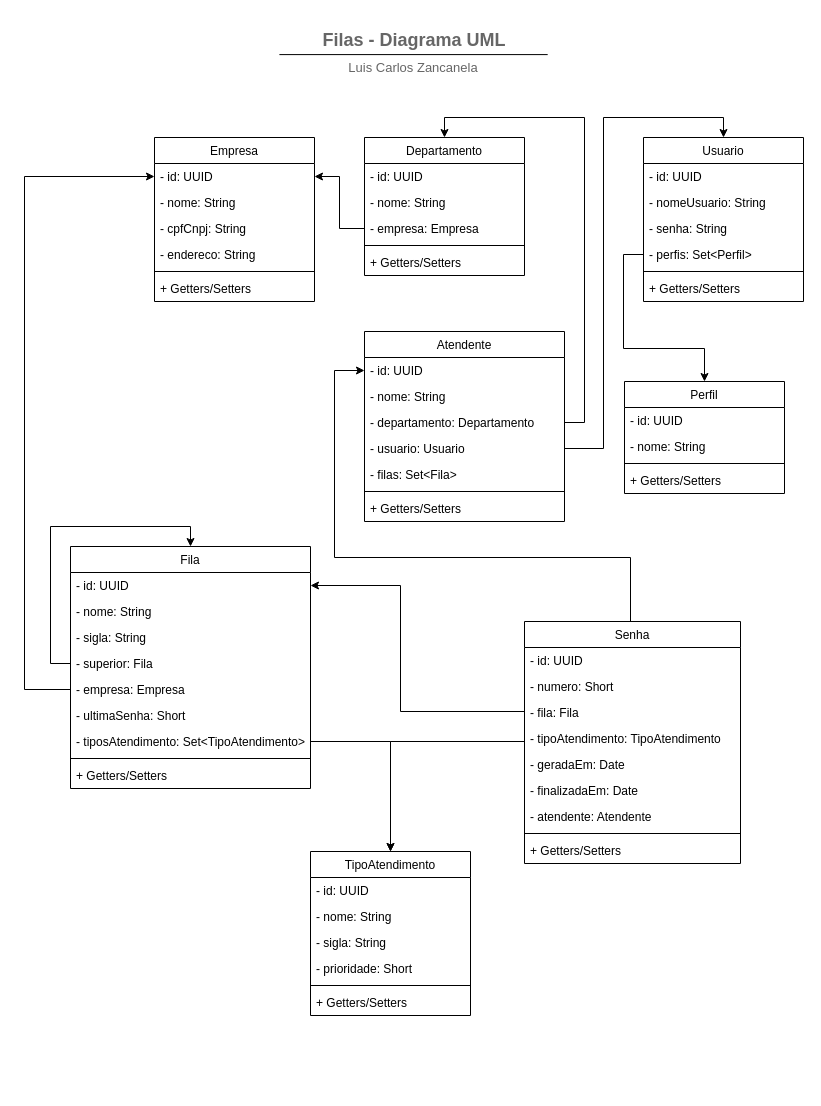
didifive/queue-service-api keeps this draw.io diagram as docs/uml-diagram.drawio. Above is the earlier version. Source tidied: cells renumbered, new cells numbered last; positions are measured from the earlier drawing's top-left corner, leaving out a move shared by most shapes. Both pictures are drawn from the tidied source at 100%, with x=0, y=0 at pixel (24, 17).
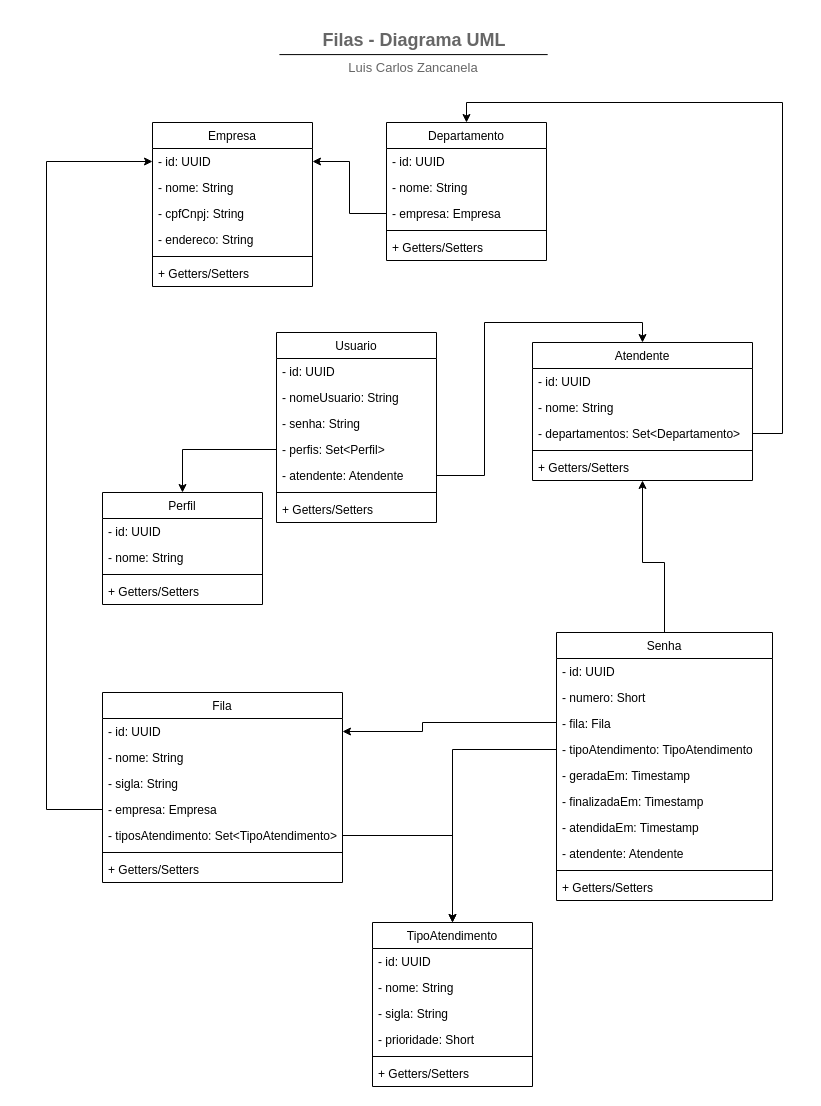
The same diagram, later.

The change refers to these unchanged cells:
```xml
<mxCell id="3" value="- id: UUID" style="text;align=left;verticalAlign=top;spacingLeft=4;spacingRight=4;overflow=hidden;points=[[0,0.5],[1,0.5]];portConstraint=eastwest;" parent="2" vertex="1">
  <mxGeometry y="26" width="160" height="26" as="geometry" />
</mxCell>
<mxCell id="11" value="- id: UUID" style="text;align=left;verticalAlign=top;spacingLeft=4;spacingRight=4;overflow=hidden;points=[[0,0.5],[1,0.5]];portConstraint=eastwest;" parent="10" vertex="1">
  <mxGeometry y="26" width="240" height="26" as="geometry" />
</mxCell>
<mxCell id="25" value="- fila: Fila" style="text;align=left;verticalAlign=top;spacingLeft=4;spacingRight=4;overflow=hidden;points=[[0,0.5],[1,0.5]];portConstraint=eastwest;" parent="22" vertex="1">
  <mxGeometry y="78" width="216" height="26" as="geometry" />
</mxCell>
<mxCell id="26" value="- tipoAtendimento: TipoAtendimento" style="text;align=left;verticalAlign=top;spacingLeft=4;spacingRight=4;overflow=hidden;points=[[0,0.5],[1,0.5]];portConstraint=eastwest;" parent="22" vertex="1">
  <mxGeometry y="104" width="216" height="26" as="geometry" />
</mxCell>
<mxCell id="47" value="- perfis: Set&lt;Perfil&gt;" style="text;align=left;verticalAlign=top;spacingLeft=4;spacingRight=4;overflow=hidden;points=[[0,0.5],[1,0.5]];portConstraint=eastwest;rounded=0;shadow=0;html=0;" parent="43" vertex="1">
  <mxGeometry y="104" width="160" height="26" as="geometry" />
</mxCell>
```

What changed in the source:
```diff
@@
     <mxCell id="2" value="Empresa" style="swimlane;fontStyle=0;align=center;verticalAlign=top;horizontal=1;startSize=26;rounded=0;shadow=0;strokeWidth=1;" parent="1" vertex="1">
-      <mxGeometry x="130" y="120" width="160" height="164" as="geometry" />
+      <mxGeometry x="128" y="105" width="160" height="164" as="geometry" />
     </mxCell>
@@
     <mxCell id="9" style="edgeStyle=orthogonalEdgeStyle;rounded=0;jettySize=auto;html=1;entryX=0;entryY=0.5;entryDx=0;entryDy=0;exitX=0;exitY=0.5;exitDx=0;exitDy=0;" parent="1" edge="1" source="16" target="3">
       <mxGeometry relative="1" as="geometry">
         <Array as="points">
-          <mxPoint y="672" />
-          <mxPoint y="159" />
+          <mxPoint x="22" y="792" />
+          <mxPoint x="22" y="144" />
         </Array>
       </mxGeometry>
     </mxCell>
     <mxCell id="10" value="Fila" style="swimlane;fontStyle=0;align=center;verticalAlign=top;horizontal=1;startSize=26;rounded=0;shadow=0;strokeWidth=1;" parent="1" vertex="1">
-      <mxGeometry x="46" y="529" width="240" height="242" as="geometry" />
+      <mxGeometry x="78" y="675" width="240" height="190" as="geometry" />
     </mxCell>
@@
-    <mxCell id="14" style="edgeStyle=orthogonalEdgeStyle;rounded=0;jettySize=auto;html=1;entryX=0.5;entryY=0;entryDx=0;entryDy=0;" parent="10" edge="1" source="15" target="10">
-      <mxGeometry relative="1" as="geometry">
-        <Array as="points">
-          <mxPoint x="-20" y="117" />
-          <mxPoint x="-20" y="-20" />
-          <mxPoint x="120" y="-20" />
-        </Array>
-      </mxGeometry>
-    </mxCell>
-    <mxCell id="15" value="- superior: Fila" style="text;align=left;verticalAlign=top;spacingLeft=4;spacingRight=4;overflow=hidden;points=[[0,0.5],[1,0.5]];portConstraint=eastwest;rounded=0;shadow=0;html=0;" parent="10" vertex="1">
-      <mxGeometry y="104" width="240" height="26" as="geometry" />
-    </mxCell>
     <mxCell id="16" value="- empresa: Empresa" style="text;align=left;verticalAlign=top;spacingLeft=4;spacingRight=4;overflow=hidden;points=[[0,0.5],[1,0.5]];portConstraint=eastwest;rounded=0;shadow=0;html=0;" parent="10" vertex="1">
-      <mxGeometry y="130" width="240" height="26" as="geometry" />
+      <mxGeometry y="104" width="240" height="26" as="geometry" />
     </mxCell>
-    <mxCell id="17" value="- ultimaSenha: Short" style="text;align=left;verticalAlign=top;spacingLeft=4;spacingRight=4;overflow=hidden;rounded=0;shadow=0;html=0;" parent="10" vertex="1">
-      <mxGeometry y="156" width="240" height="26" as="geometry" />
-    </mxCell>
     <mxCell id="18" value="- tiposAtendimento: Set&lt;TipoAtendimento&gt;" style="text;align=left;verticalAlign=top;spacingLeft=4;spacingRight=4;overflow=hidden;points=[[0,0.5],[1,0.5]];portConstraint=eastwest;rounded=0;shadow=0;html=0;" parent="10" vertex="1">
-      <mxGeometry y="182" width="240" height="26" as="geometry" />
+      <mxGeometry y="130" width="240" height="26" as="geometry" />
     </mxCell>
     <mxCell id="19" style="line;html=1;strokeWidth=1;align=left;verticalAlign=middle;spacingTop=-1;spacingLeft=3;spacingRight=3;labelPosition=right;" parent="10" vertex="1">
-      <mxGeometry y="208" width="240" height="8" as="geometry" />
+      <mxGeometry y="156" width="240" height="8" as="geometry" />
     </mxCell>
     <mxCell id="20" value="+ Getters/Setters" style="text;align=left;verticalAlign=top;spacingLeft=4;spacingRight=4;overflow=hidden;rounded=0;shadow=0;html=0;" parent="10" vertex="1">
-      <mxGeometry y="216" width="240" height="26" as="geometry" />
+      <mxGeometry y="164" width="240" height="26" as="geometry" />
     </mxCell>
-    <mxCell id="21" style="edgeStyle=orthogonalEdgeStyle;rounded=0;jettySize=auto;html=1;entryX=0;entryY=0.5;entryDx=0;entryDy=0;exitX=0.5;exitY=0;exitDx=0;exitDy=0;" parent="1" edge="1" source="22" target="35">
+    <mxCell id="21" style="edgeStyle=orthogonalEdgeStyle;rounded=0;jettySize=auto;html=1;entryX=0.5;entryY=1;entryDx=0;entryDy=0;exitX=0.5;exitY=0;exitDx=0;exitDy=0;" parent="1" edge="1" source="22" target="34">
       <mxGeometry relative="1" as="geometry">
         <Array as="points">
-          <mxPoint x="606" y="614" />
-          <mxPoint x="606" y="540" />
-          <mxPoint x="310" y="540" />
-          <mxPoint x="310" y="353" />
+          <mxPoint x="640" y="545" />
+          <mxPoint x="618" y="545" />
         </Array>
       </mxGeometry>
     </mxCell>
     <mxCell id="22" value="Senha" style="swimlane;fontStyle=0;align=center;verticalAlign=top;horizontal=1;startSize=26;rounded=0;shadow=0;strokeWidth=1;" parent="1" vertex="1">
-      <mxGeometry x="500" y="604" width="216" height="242" as="geometry" />
+      <mxGeometry x="532" y="615" width="216" height="268" as="geometry" />
     </mxCell>
@@
-    <mxCell id="27" value="- geradaEm: Date" style="text;align=left;verticalAlign=top;spacingLeft=4;spacingRight=4;overflow=hidden;" parent="22" vertex="1">
+    <mxCell id="27" value="- geradaEm: Timestamp" style="text;align=left;verticalAlign=top;spacingLeft=4;spacingRight=4;overflow=hidden;" parent="22" vertex="1">
       <mxGeometry y="130" width="216" height="26" as="geometry" />
     </mxCell>
-    <mxCell id="28" value="- finalizadaEm: Date" style="text;align=left;verticalAlign=top;spacingLeft=4;spacingRight=4;overflow=hidden;" parent="22" vertex="1">
+    <mxCell id="28" value="- finalizadaEm: Timestamp" style="text;align=left;verticalAlign=top;spacingLeft=4;spacingRight=4;overflow=hidden;" parent="22" vertex="1">
       <mxGeometry y="156" width="216" height="26" as="geometry" />
     </mxCell>
+    <mxCell id="76" value="- atendidaEm: Timestamp" style="text;align=left;verticalAlign=top;spacingLeft=4;spacingRight=4;overflow=hidden;" parent="22" vertex="1">
+      <mxGeometry y="182" width="216" height="26" as="geometry" />
+    </mxCell>
     <mxCell id="29" value="- atendente: Atendente" style="text;align=left;verticalAlign=top;spacingLeft=4;spacingRight=4;overflow=hidden;" parent="22" vertex="1">
-      <mxGeometry y="182" width="216" height="26" as="geometry" />
+      <mxGeometry y="208" width="216" height="26" as="geometry" />
     </mxCell>
     <mxCell id="30" style="line;html=1;strokeWidth=1;align=left;verticalAlign=middle;spacingTop=-1;spacingLeft=3;spacingRight=3;labelPosition=right;" parent="22" vertex="1">
-      <mxGeometry y="208" width="216" height="8" as="geometry" />
+      <mxGeometry y="234" width="216" height="8" as="geometry" />
     </mxCell>
     <mxCell id="31" value="+ Getters/Setters" style="text;align=left;verticalAlign=top;spacingLeft=4;spacingRight=4;overflow=hidden;rounded=0;shadow=0;html=0;" parent="22" vertex="1">
-      <mxGeometry y="216" width="216" height="26" as="geometry" />
+      <mxGeometry y="242" width="216" height="26" as="geometry" />
     </mxCell>
-    <mxCell id="32" style="edgeStyle=orthogonalEdgeStyle;rounded=0;jettySize=auto;html=1;entryX=0.5;entryY=0;entryDx=0;entryDy=0;exitX=1;exitY=0.5;exitDx=0;exitDy=0;" parent="1" edge="1" source="38" target="43">
-      <mxGeometry relative="1" as="geometry">
-        <Array as="points">
-          <mxPoint x="579" y="431" />
-          <mxPoint x="579" y="100" />
-          <mxPoint x="699" y="100" />
-        </Array>
-      </mxGeometry>
-    </mxCell>
-    <mxCell id="33" style="edgeStyle=orthogonalEdgeStyle;rounded=0;jettySize=auto;html=1;entryX=0.5;entryY=0;entryDx=0;entryDy=0;exitX=1;exitY=0.5;exitDx=0;exitDy=0;" parent="1" edge="1" source="37" target="57">
-      <mxGeometry relative="1" as="geometry" />
-    </mxCell>
     <mxCell id="34" value="Atendente" style="swimlane;fontStyle=0;align=center;verticalAlign=top;horizontal=1;startSize=26;rounded=0;shadow=0;strokeWidth=1;" parent="1" vertex="1">
-      <mxGeometry x="340" y="314" width="200" height="190" as="geometry" />
+      <mxGeometry x="508" y="325" width="220" height="138" as="geometry" />
     </mxCell>
     <mxCell id="35" value="- id: UUID" style="text;align=left;verticalAlign=top;spacingLeft=4;spacingRight=4;overflow=hidden;points=[[0,0.5],[1,0.5]];portConstraint=eastwest;" parent="34" vertex="1">
-      <mxGeometry y="26" width="200" height="26" as="geometry" />
+      <mxGeometry y="26" width="220" height="26" as="geometry" />
     </mxCell>
     <mxCell id="36" value="- nome: String" style="text;align=left;verticalAlign=top;spacingLeft=4;spacingRight=4;overflow=hidden;" parent="34" vertex="1">
-      <mxGeometry y="52" width="200" height="26" as="geometry" />
+      <mxGeometry y="52" width="220" height="26" as="geometry" />
     </mxCell>
-    <mxCell id="37" value="- departamento: Departamento" style="text;align=left;verticalAlign=top;spacingLeft=4;spacingRight=4;overflow=hidden;points=[[0,0.5],[1,0.5]];portConstraint=eastwest;rounded=0;shadow=0;html=0;" parent="34" vertex="1">
-      <mxGeometry y="78" width="200" height="26" as="geometry" />
+    <mxCell id="37" value="- departamentos: Set&lt;Departamento&gt;" style="text;align=left;verticalAlign=top;spacingLeft=4;spacingRight=4;overflow=hidden;points=[[0,0.5],[1,0.5]];portConstraint=eastwest;rounded=0;shadow=0;html=0;" parent="34" vertex="1">
+      <mxGeometry y="78" width="220" height="26" as="geometry" />
     </mxCell>
-    <mxCell id="38" value="- usuario: Usuario" style="text;align=left;verticalAlign=top;spacingLeft=4;spacingRight=4;overflow=hidden;points=[[0,0.5],[1,0.5]];portConstraint=eastwest;rounded=0;shadow=0;html=0;" parent="34" vertex="1">
-      <mxGeometry y="104" width="200" height="26" as="geometry" />
-    </mxCell>
-    <mxCell id="39" value="- filas: Set&lt;Fila&gt;" style="text;align=left;verticalAlign=top;spacingLeft=4;spacingRight=4;overflow=hidden;rounded=0;shadow=0;html=0;" parent="34" vertex="1">
-      <mxGeometry y="130" width="200" height="26" as="geometry" />
-    </mxCell>
     <mxCell id="40" style="line;html=1;strokeWidth=1;align=left;verticalAlign=middle;spacingTop=-1;spacingLeft=3;spacingRight=3;labelPosition=right;" parent="34" vertex="1">
-      <mxGeometry y="156" width="200" height="8" as="geometry" />
+      <mxGeometry y="104" width="220" height="8" as="geometry" />
     </mxCell>
     <mxCell id="41" value="+ Getters/Setters" style="text;align=left;verticalAlign=top;spacingLeft=4;spacingRight=4;overflow=hidden;rounded=0;shadow=0;html=0;" parent="34" vertex="1">
-      <mxGeometry y="164" width="200" height="26" as="geometry" />
+      <mxGeometry y="112" width="220" height="26" as="geometry" />
     </mxCell>
-    <mxCell id="42" style="edgeStyle=orthogonalEdgeStyle;rounded=0;jettySize=auto;html=1;entryX=0.5;entryY=0;entryDx=0;entryDy=0;exitX=0;exitY=0.5;exitDx=0;exitDy=0;" parent="1" edge="1" source="47" target="50">
-      <mxGeometry relative="1" as="geometry">
-        <Array as="points">
-          <mxPoint x="599" y="237" />
-          <mxPoint x="599" y="331" />
-          <mxPoint x="680" y="331" />
-        </Array>
-      </mxGeometry>
-    </mxCell>
     <mxCell id="43" value="Usuario" style="swimlane;fontStyle=0;align=center;verticalAlign=top;horizontal=1;startSize=26;rounded=0;shadow=0;strokeWidth=1;" parent="1" vertex="1">
-      <mxGeometry x="619" y="120" width="160" height="164" as="geometry" />
+      <mxGeometry x="252" y="315" width="160" height="190" as="geometry" />
     </mxCell>
@@
+    <mxCell id="77" value="- atendente: Atendente" style="text;align=left;verticalAlign=top;spacingLeft=4;spacingRight=4;overflow=hidden;points=[[0,0.5],[1,0.5]];portConstraint=eastwest;rounded=0;shadow=0;html=0;" parent="43" vertex="1">
+      <mxGeometry y="130" width="160" height="26" as="geometry" />
+    </mxCell>
     <mxCell id="48" style="line;html=1;strokeWidth=1;align=left;verticalAlign=middle;spacingTop=-1;spacingLeft=3;spacingRight=3;labelPosition=right;" parent="43" vertex="1">
-      <mxGeometry y="130" width="160" height="8" as="geometry" />
+      <mxGeometry y="156" width="160" height="8" as="geometry" />
     </mxCell>
     <mxCell id="49" value="+ Getters/Setters" style="text;align=left;verticalAlign=top;spacingLeft=4;spacingRight=4;overflow=hidden;rounded=0;shadow=0;html=0;" parent="43" vertex="1">
-      <mxGeometry y="138" width="160" height="26" as="geometry" />
+      <mxGeometry y="164" width="160" height="26" as="geometry" />
     </mxCell>
     <mxCell id="50" value="Perfil" style="swimlane;fontStyle=0;align=center;verticalAlign=top;horizontal=1;startSize=26;rounded=0;shadow=0;strokeWidth=1;" parent="1" vertex="1">
-      <mxGeometry x="600" y="364" width="160" height="112" as="geometry" />
+      <mxGeometry x="78" y="475" width="160" height="112" as="geometry" />
     </mxCell>
@@
     <mxCell id="55" style="edgeStyle=orthogonalEdgeStyle;rounded=0;jettySize=auto;html=1;entryX=1;entryY=0.5;entryDx=0;entryDy=0;exitX=0;exitY=0.5;exitDx=0;exitDy=0;" parent="1" edge="1" source="25" target="11">
       <mxGeometry relative="1" as="geometry">
         <Array as="points">
-          <mxPoint x="500" y="694" />
-          <mxPoint x="376" y="694" />
-          <mxPoint x="376" y="568" />
+          <mxPoint x="532" y="705" />
+          <mxPoint x="398" y="705" />
+          <mxPoint x="398" y="714" />
         </Array>
       </mxGeometry>
     </mxCell>
@@
     <mxCell id="57" value="Departamento" style="swimlane;fontStyle=0;align=center;verticalAlign=top;horizontal=1;startSize=26;rounded=0;shadow=0;strokeWidth=1;" parent="1" vertex="1">
-      <mxGeometry x="340" y="120" width="160" height="138" as="geometry" />
+      <mxGeometry x="362" y="105" width="160" height="138" as="geometry" />
     </mxCell>
@@
     <mxCell id="67" value="TipoAtendimento" style="swimlane;fontStyle=0;align=center;verticalAlign=top;horizontal=1;startSize=26;rounded=0;shadow=0;strokeWidth=1;" parent="1" vertex="1">
-      <mxGeometry x="286" y="834" width="160" height="164" as="geometry" />
+      <mxGeometry x="348" y="905" width="160" height="164" as="geometry" />
     </mxCell>
@@
+    <mxCell id="42" style="edgeStyle=orthogonalEdgeStyle;rounded=0;jettySize=auto;html=1;startArrow=none;startFill=0;endArrow=classic;endFill=1;" parent="1" edge="1" source="47" target="50">
+      <mxGeometry relative="1" as="geometry" />
+    </mxCell>
+    <mxCell id="33" style="edgeStyle=orthogonalEdgeStyle;rounded=0;jettySize=auto;html=1;entryX=0.5;entryY=0;entryDx=0;entryDy=0;startArrow=none;startFill=0;endArrow=classic;endFill=1;" parent="1" edge="1" source="37" target="57">
+      <mxGeometry relative="1" as="geometry">
+        <Array as="points">
+          <mxPoint x="758" y="416" />
+          <mxPoint x="758" y="85" />
+          <mxPoint x="442" y="85" />
+        </Array>
+      </mxGeometry>
+    </mxCell>
+    <mxCell id="78" style="edgeStyle=orthogonalEdgeStyle;rounded=0;jettySize=auto;html=1;entryX=0.5;entryY=0;entryDx=0;entryDy=0;startArrow=none;startFill=0;endArrow=classic;endFill=1;" parent="1" edge="1" source="77" target="34">
+      <mxGeometry relative="1" as="geometry" />
+    </mxCell>
-    <mxCell id="75" style="edgeStyle=orthogonalEdgeStyle;rounded=0;jettySize=auto;html=1;entryX=0.5;entryY=0;entryDx=0;entryDy=0;" parent="1" edge="1" source="26" target="67">
-      <mxGeometry relative="1" as="geometry">
-        <Array as="points">
-          <mxPoint x="366" y="724" />
-        </Array>
-      </mxGeometry>
+    <mxCell id="75" style="edgeStyle=orthogonalEdgeStyle;rounded=0;jettySize=auto;html=1;entryX=0.5;entryY=0;entryDx=0;entryDy=0;startArrow=none;startFill=0;endArrow=classic;endFill=1;" parent="1" edge="1" source="26" target="67">
+      <mxGeometry relative="1" as="geometry" />
     </mxCell>
```
